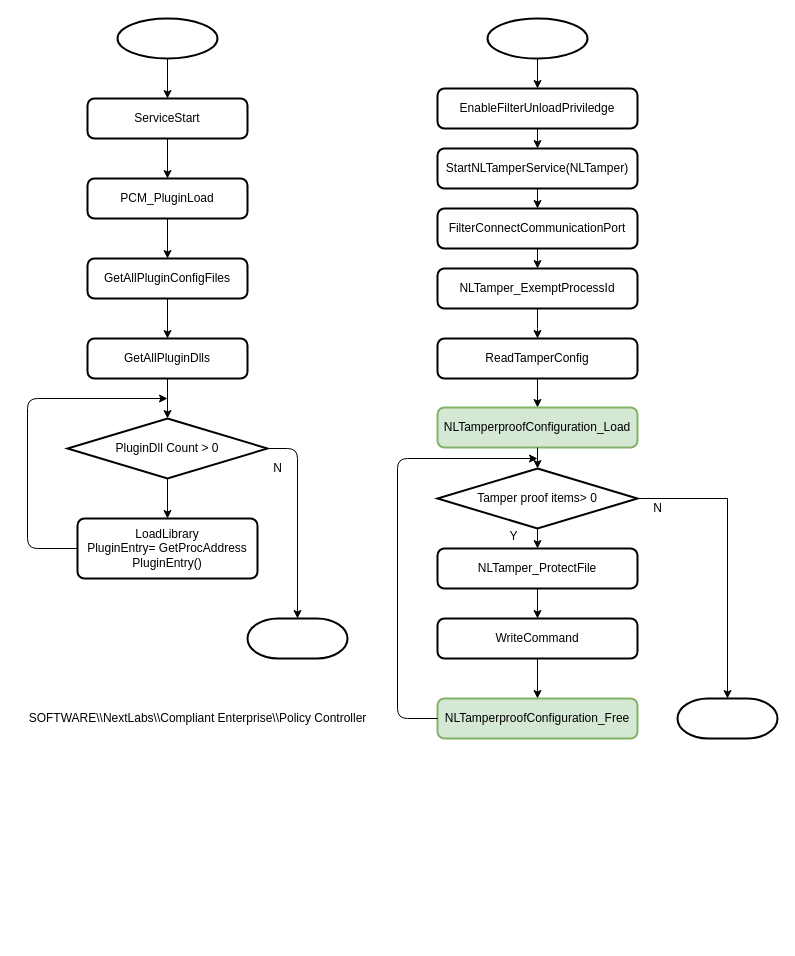
Before: page "Page-2" (2 of 2) of tamper.drawio in linfenwen/draw_io, a draw.io diagram. Source tidied: cells renumbered, new cells numbered last; positions are measured from the earlier drawing's top-left corner, leaving out a move shared by most shapes. Both pictures are drawn from the tidied source at 100%, with x=0, y=0 at pixel (17, 18).
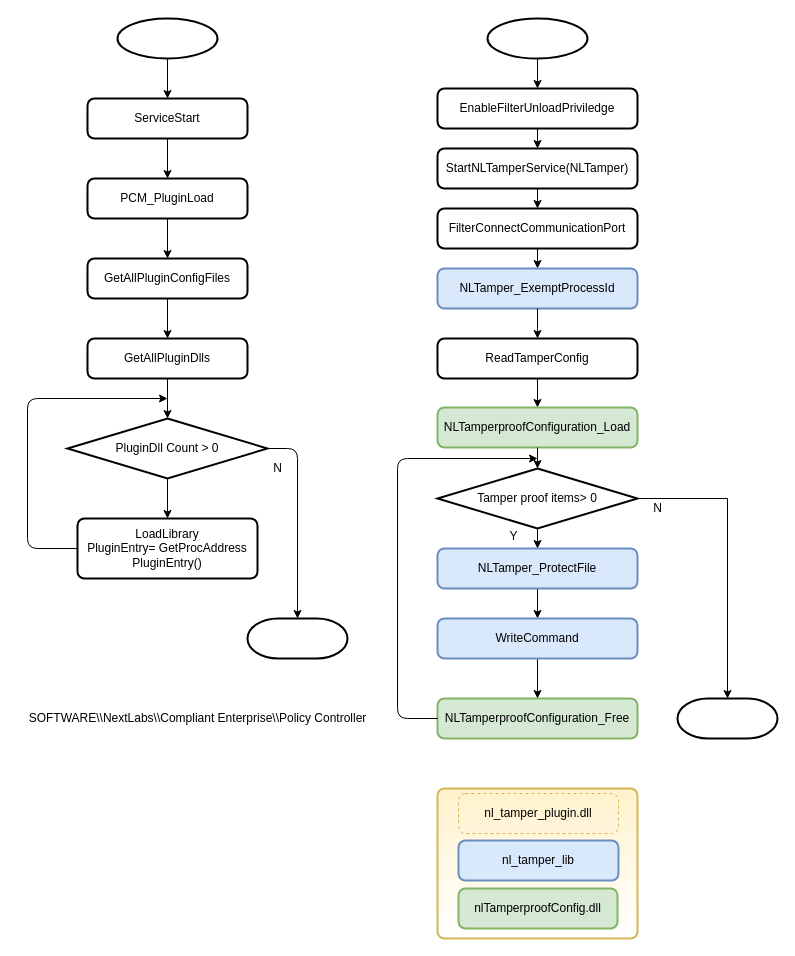
The same page after the edit.

Change to the diagram source:
```diff
@@
+    <mxCell id="46" style="rounded=1;whiteSpace=wrap;html=1;absoluteArcSize=1;arcSize=14;strokeWidth=2;fillColor=#fff2cc;strokeColor=#d6b656;gradientColor=#ffffff;align=center;" parent="1" vertex="1">
+      <mxGeometry x="420" y="770" width="200" height="150" as="geometry" />
+    </mxCell>
@@
-    <mxCell id="25" value="NLTamper_ExemptProcessId" style="rounded=1;whiteSpace=wrap;html=1;absoluteArcSize=1;arcSize=14;strokeWidth=2;" parent="1" vertex="1">
+    <mxCell id="25" value="NLTamper_ExemptProcessId" style="rounded=1;whiteSpace=wrap;html=1;absoluteArcSize=1;arcSize=14;strokeWidth=2;fillColor=#dae8fc;strokeColor=#6c8ebf;" parent="1" vertex="1">
       <mxGeometry x="420" y="250" width="200" height="40" as="geometry" />
     </mxCell>
@@
-    <mxCell id="34" value="NLTamper_ProtectFile" style="rounded=1;whiteSpace=wrap;html=1;absoluteArcSize=1;arcSize=14;strokeWidth=2;" parent="1" vertex="1">
+    <mxCell id="34" value="NLTamper_ProtectFile" style="rounded=1;whiteSpace=wrap;html=1;absoluteArcSize=1;arcSize=14;strokeWidth=2;fillColor=#dae8fc;strokeColor=#6c8ebf;" parent="1" vertex="1">
       <mxGeometry x="420" y="530" width="200" height="40" as="geometry" />
     </mxCell>
@@
-    <mxCell id="36" value="WriteCommand" style="rounded=1;whiteSpace=wrap;html=1;absoluteArcSize=1;arcSize=14;strokeWidth=2;" parent="1" vertex="1">
+    <mxCell id="36" value="WriteCommand" style="rounded=1;whiteSpace=wrap;html=1;absoluteArcSize=1;arcSize=14;strokeWidth=2;fillColor=#dae8fc;strokeColor=#6c8ebf;" parent="1" vertex="1">
       <mxGeometry x="420" y="600" width="200" height="40" as="geometry" />
     </mxCell>
@@
+    <mxCell id="47" value="nl_tamper_lib" style="rounded=1;whiteSpace=wrap;html=1;absoluteArcSize=1;arcSize=14;strokeWidth=2;fillColor=#dae8fc;strokeColor=#6c8ebf;" parent="1" vertex="1">
+      <mxGeometry x="441" y="822" width="160" height="40" as="geometry" />
+    </mxCell>
+    <mxCell id="48" value="nlTamperproofConfig.dll" style="rounded=1;whiteSpace=wrap;html=1;absoluteArcSize=1;arcSize=14;strokeWidth=2;fillColor=#d5e8d4;strokeColor=#82b366;" parent="1" vertex="1">
+      <mxGeometry x="441" y="870" width="159" height="40" as="geometry" />
+    </mxCell>
+    <mxCell id="49" value="nl_tamper_plugin.dll" style="rounded=1;whiteSpace=wrap;html=1;absoluteArcSize=1;arcSize=14;strokeWidth=1;strokeColor=#d6b656;fillColor=none;dashed=1;" parent="1" vertex="1">
+      <mxGeometry x="441" y="775" width="160" height="40" as="geometry" />
+    </mxCell>
```
